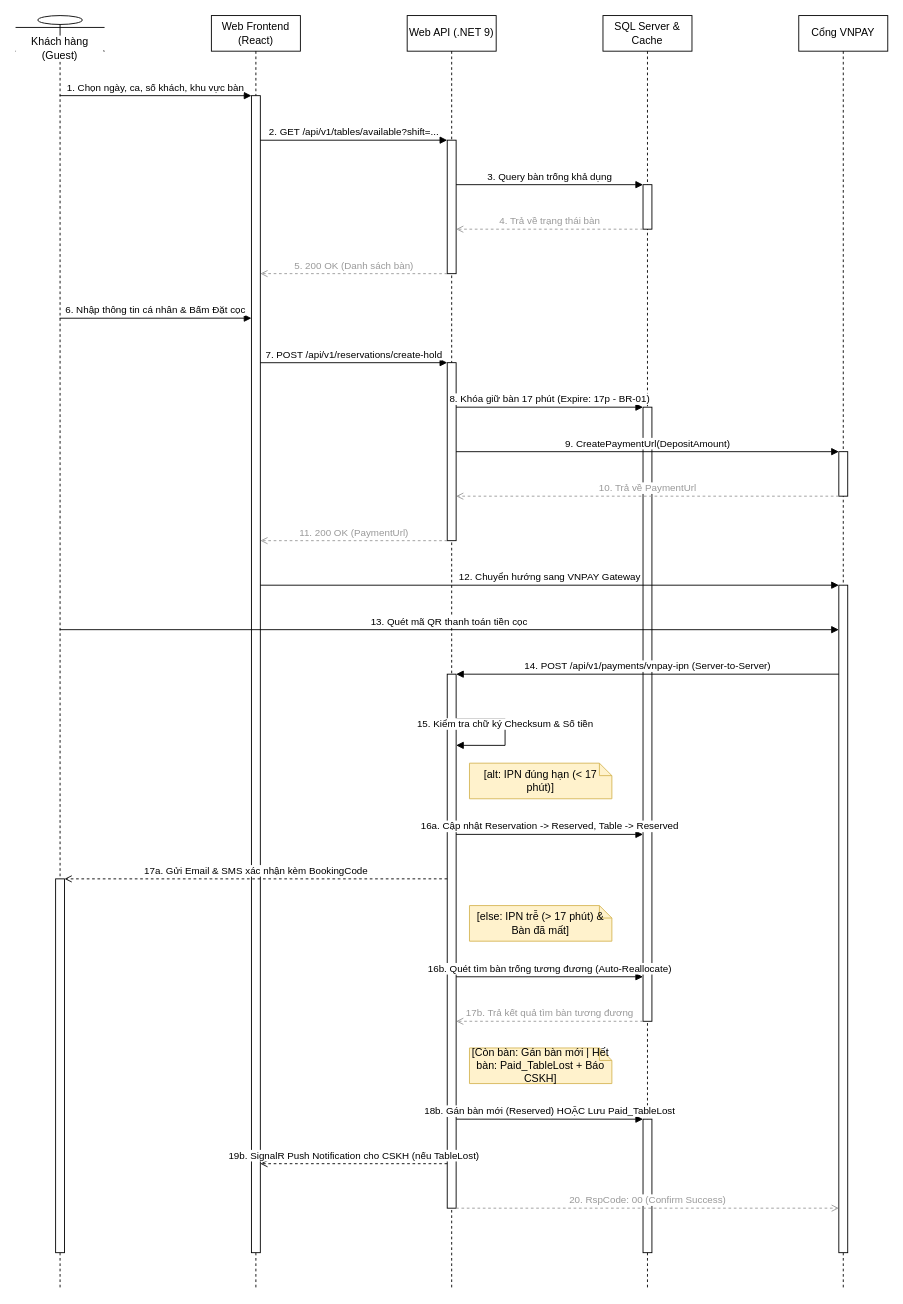
Above: docs/phase1/drawio/sd01_reservation_vnpay.drawio in AndrewQng/VinDining (draw.io), before the change. Source tidied: cells renumbered, new cells numbered last; positions are measured from the earlier drawing's top-left corner, leaving out a move shared by most shapes. Both pictures are drawn from the tidied source at 89%, with x=0, y=0 at pixel (15, 15).
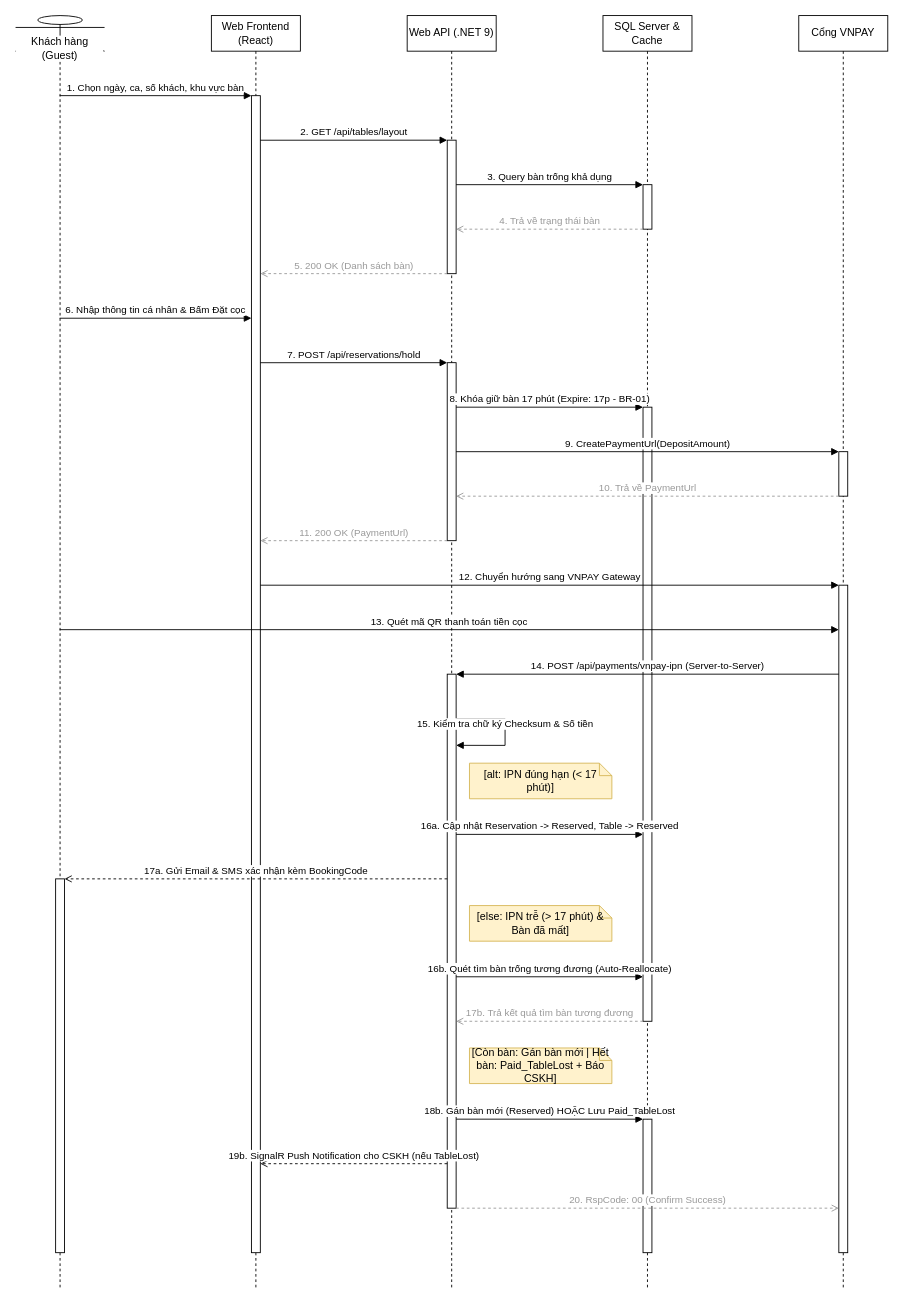
Above is the later version.

The change refers to these unchanged cells:
```xml
<mxCell id="8" style="html=1;points=[];perimeter=orthogonalPerimeter;outlineConnect=0;fillColor=#ffffff;" parent="4" vertex="1">
  <mxGeometry x="45" y="140" width="10" height="150" as="geometry" />
</mxCell>
<mxCell id="10" style="html=1;points=[];perimeter=orthogonalPerimeter;outlineConnect=0;fillColor=#ffffff;" parent="4" vertex="1">
  <mxGeometry x="45" y="390" width="10" height="200" as="geometry" />
</mxCell>
<mxCell id="12" style="html=1;points=[];perimeter=orthogonalPerimeter;outlineConnect=0;fillColor=#ffffff;" parent="4" vertex="1">
  <mxGeometry x="45" y="740" width="10" height="600" as="geometry" />
</mxCell>
<mxCell id="13" style="html=1;points=[];perimeter=orthogonalPerimeter;outlineConnect=0;fillColor=#ffffff;" parent="3" vertex="1">
  <mxGeometry x="45" y="90" width="10" height="1300" as="geometry" />
</mxCell>
<mxCell id="14" style="html=1;points=[];perimeter=orthogonalPerimeter;outlineConnect=0;fillColor=#ffffff;" parent="6" vertex="1">
  <mxGeometry x="45" y="640" width="10" height="750" as="geometry" />
</mxCell>
```

Change to the diagram source:
```diff
@@
-    <mxCell id="18" value="2. GET /api/v1/tables/available?shift=..." style="html=1;verticalAlign=bottom;endArrow=block;curved=0;rounded=0;exitX=1;exitY=0.0385;entryX=0;entryY=0.0;" parent="1" edge="1" source="13" target="8">
+    <mxCell id="18" value="2. GET /api/tables/layout" style="html=1;verticalAlign=bottom;endArrow=block;curved=0;rounded=0;exitX=1;exitY=0.0385;entryX=0;entryY=0.0;" parent="1" edge="1" source="13" target="8">
       <mxGeometry relative="1" as="geometry" />
     </mxCell>
@@
-    <mxCell id="23" value="7. POST /api/v1/reservations/create-hold" style="html=1;verticalAlign=bottom;endArrow=block;curved=0;rounded=0;exitX=1;exitY=0.2308;entryX=0;entryY=0.0;" parent="1" edge="1" source="13" target="10">
+    <mxCell id="23" value="7. POST /api/reservations/hold" style="html=1;verticalAlign=bottom;endArrow=block;curved=0;rounded=0;exitX=1;exitY=0.2308;entryX=0;entryY=0.0;" parent="1" edge="1" source="13" target="10">
       <mxGeometry relative="1" as="geometry" />
     </mxCell>
@@
-    <mxCell id="30" value="14. POST /api/v1/payments/vnpay-ipn (Server-to-Server)" style="html=1;verticalAlign=bottom;endArrow=block;curved=0;rounded=0;exitX=0;exitY=0.1333;entryX=1;entryY=0.0;" parent="1" edge="1" source="14" target="12">
+    <mxCell id="30" value="14. POST /api/payments/vnpay-ipn (Server-to-Server)" style="html=1;verticalAlign=bottom;endArrow=block;curved=0;rounded=0;exitX=0;exitY=0.1333;entryX=1;entryY=0.0;" parent="1" edge="1" source="14" target="12">
       <mxGeometry relative="1" as="geometry" />
     </mxCell>
```
